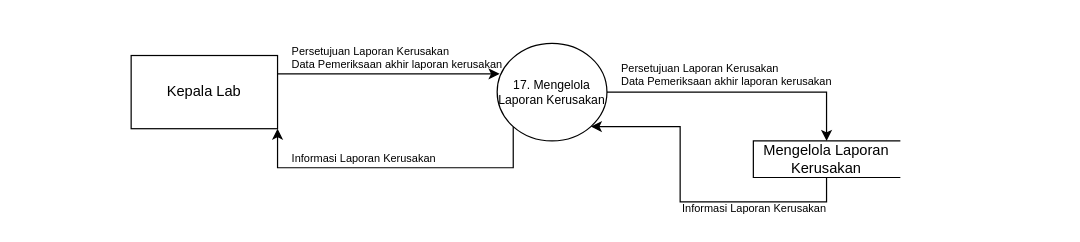
bomsiwor/wor-resolusi keeps this draw.io diagram as page "DFD 0 - kalab" (6 of 8) of DFD.drawio. Above is the earlier version. Source tidied: cells renumbered, new cells numbered last; positions are measured from the earlier drawing's top-left corner, leaving out a move shared by most shapes. Both pictures are drawn from the tidied source at 122%, with x=0, y=0 at pixel (131, 33).
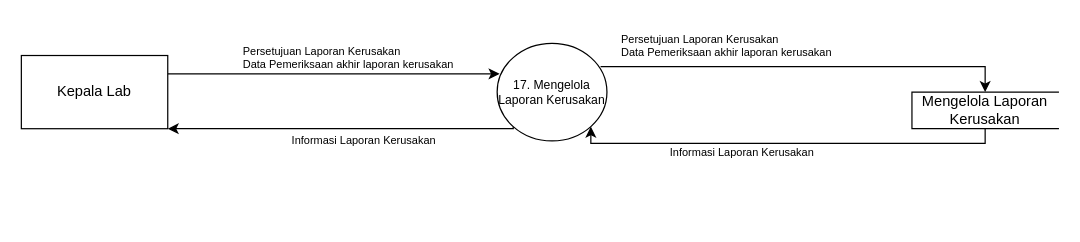
Above is the later version.

Change to the diagram source:
```diff
@@
 <mxGraphModel>
   <root>
     <mxCell id="0" />
     <mxCell id="1" parent="0" />
-    <mxCell id="2" style="edgeStyle=orthogonalEdgeStyle;rounded=0;jettySize=auto;html=1;exitX=1;exitY=0.5;exitDx=0;exitDy=0;entryX=0.5;entryY=0;entryDx=0;entryDy=0;" parent="1" edge="1" source="4" target="6">
+    <mxCell id="2" style="edgeStyle=orthogonalEdgeStyle;rounded=0;jettySize=auto;html=1;exitX=0.942;exitY=0.238;exitDx=0;exitDy=0;entryX=0.5;entryY=0;entryDx=0;entryDy=0;exitPerimeter=0;" parent="1" edge="1" source="4" target="6">
       <mxGeometry relative="1" as="geometry" />
     </mxCell>
     <mxCell id="3" style="edgeStyle=orthogonalEdgeStyle;rounded=0;jettySize=auto;html=1;exitX=0;exitY=1;exitDx=0;exitDy=0;entryX=1;entryY=1;entryDx=0;entryDy=0;" parent="1" edge="1" source="4" target="8">
       <mxGeometry relative="1" as="geometry">
         <Array as="points">
-          <mxPoint x="313" y="110" />
-          <mxPoint x="120" y="110" />
+          <mxPoint x="313" y="78" />
         </Array>
       </mxGeometry>
     </mxCell>
     <mxCell id="4" value="17. Mengelola Laporan Kerusakan" style="ellipse;whiteSpace=wrap;html=1;fontSize=10;" parent="1" vertex="1">
       <mxGeometry x="300" y="8" width="90" height="80" as="geometry" />
     </mxCell>
     <mxCell id="5" style="edgeStyle=orthogonalEdgeStyle;rounded=0;jettySize=auto;html=1;exitX=0.5;exitY=1;exitDx=0;exitDy=0;entryX=1;entryY=1;entryDx=0;entryDy=0;" parent="1" edge="1" source="6" target="4">
-      <mxGeometry relative="1" as="geometry" />
+      <mxGeometry relative="1" as="geometry">
+        <Array as="points">
+          <mxPoint x="700" y="90" />
+          <mxPoint x="377" y="90" />
+        </Array>
+      </mxGeometry>
     </mxCell>
     <mxCell id="6" value="Mengelola Laporan Kerusakan" style="html=1;dashed=0;whiteSpace=wrap;shape=partialRectangle;right=0;" parent="1" vertex="1">
-      <mxGeometry x="510" y="88" width="120" height="30" as="geometry" />
+      <mxGeometry x="640" y="48" width="120" height="30" as="geometry" />
     </mxCell>
     <mxCell id="7" style="edgeStyle=orthogonalEdgeStyle;rounded=0;jettySize=auto;html=1;exitX=1;exitY=0.25;exitDx=0;exitDy=0;entryX=0.022;entryY=0.313;entryDx=0;entryDy=0;entryPerimeter=0;" parent="1" edge="1" source="8" target="4">
       <mxGeometry relative="1" as="geometry" />
     </mxCell>
     <mxCell id="8" value="Kepala Lab" style="rounded=0;whiteSpace=wrap;html=1;" parent="1" vertex="1">
-      <mxGeometry y="18" width="120" height="60" as="geometry" />
+      <mxGeometry x="-90" y="18" width="120" height="60" as="geometry" />
     </mxCell>
     <mxCell id="9" value="Persetujuan Laporan Kerusakan&lt;br&gt;Data Pemeriksaan akhir laporan kerusakan" style="text;html=1;align=left;verticalAlign=middle;strokeColor=none;fillColor=none;fontSize=9;" parent="1" vertex="1">
-      <mxGeometry x="130" width="200" height="40" as="geometry" />
+      <mxGeometry x="90" width="200" height="40" as="geometry" />
     </mxCell>
     <mxCell id="10" value="Persetujuan Laporan Kerusakan&lt;br&gt;Data Pemeriksaan akhir laporan kerusakan" style="text;html=1;align=left;verticalAlign=middle;strokeColor=none;fillColor=none;fontSize=9;" parent="1" vertex="1">
-      <mxGeometry x="400" y="14" width="200" height="40" as="geometry" />
+      <mxGeometry x="400" y="-10" width="200" height="40" as="geometry" />
     </mxCell>
     <mxCell id="11" value="Informasi Laporan Kerusakan&lt;br&gt;" style="text;html=1;align=left;verticalAlign=middle;strokeColor=none;fillColor=none;fontSize=9;" parent="1" vertex="1">
-      <mxGeometry x="130" y="93" width="140" height="20" as="geometry" />
+      <mxGeometry x="130" y="78" width="140" height="20" as="geometry" />
     </mxCell>
     <mxCell id="12" value="Informasi Laporan Kerusakan&lt;br&gt;" style="text;html=1;align=left;verticalAlign=middle;strokeColor=none;fillColor=none;fontSize=9;" parent="1" vertex="1">
-      <mxGeometry x="450" y="134" width="140" height="20" as="geometry" />
+      <mxGeometry x="440" y="88" width="140" height="20" as="geometry" />
     </mxCell>
   </root>
 </mxGraphModel>
```
